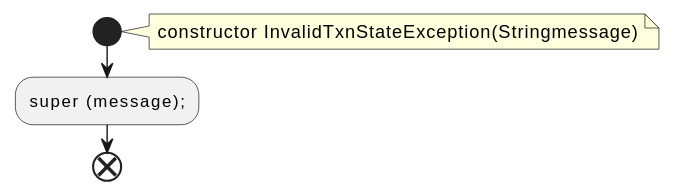
The PlantUML diagram docs/qc/clients/src/main/java/org/apache/kafka/common/errors/InvalidTxnStateException.java.fct.svg in qualitesys/kafka, before a commit.
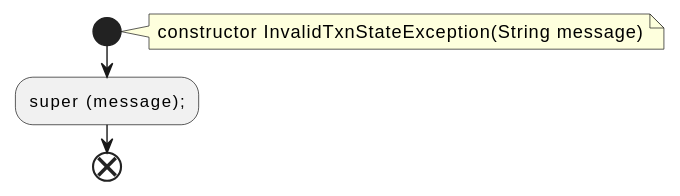
Later version of the same file.

What changed in the source:
```diff
@@ -2,7 +2,7 @@
 !pragma layout smetana
 start
 note right
-constructor InvalidTxnStateException(Stringmessage)
+constructor InvalidTxnStateException(String message)
 end note
 :super (message);;
 end
```
